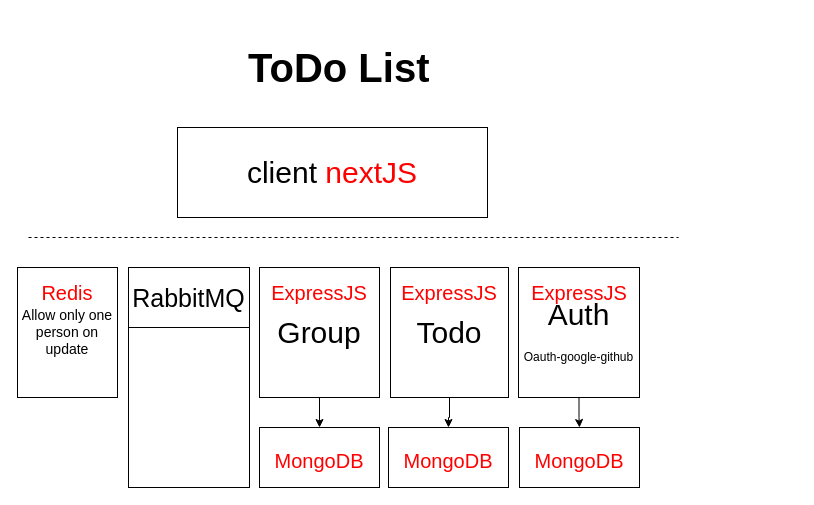
This is page "Page-1" (1 of 2) of Untitled Diagram.drawio from fan0223/TaskTracker, a draw.io file, before an edit. Source tidied: cells renumbered, new cells numbered last; positions are measured from the earlier drawing's top-left corner, leaving out a move shared by most shapes. Both pictures are drawn from the tidied source at 100%, with x=0, y=0 at pixel (17, 27).
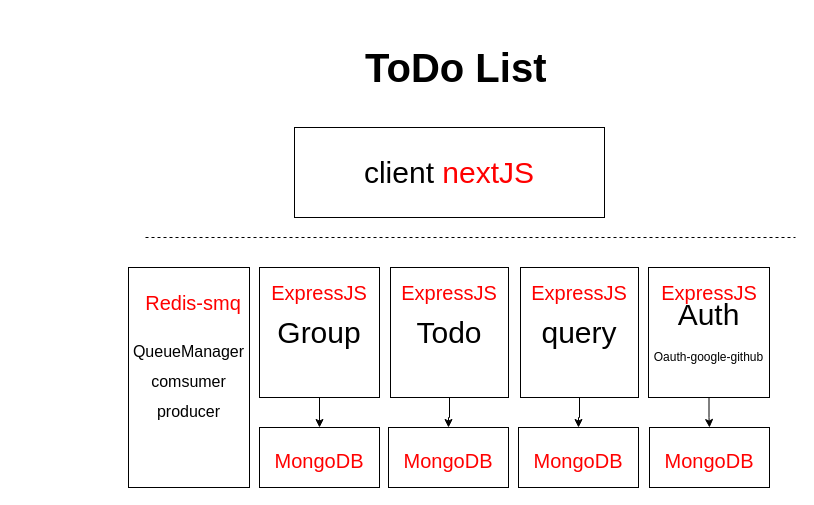
Above is the later version.

The edit, as a diff of the source:
```diff
@@
     <mxCell id="2" value="&lt;span style=&quot;font-size: 30px;&quot;&gt;client &lt;font color=&quot;#ff0000&quot;&gt;nextJS&lt;/font&gt;&lt;br&gt;&lt;/span&gt;" style="rounded=0;whiteSpace=wrap;html=1;" parent="1" vertex="1">
-      <mxGeometry x="160" y="100" width="310" height="90" as="geometry" />
+      <mxGeometry x="277" y="100" width="310" height="90" as="geometry" />
     </mxCell>
@@
-    <mxCell id="6" style="rounded=0;whiteSpace=wrap;html=1;fontSize=25;" parent="1" vertex="1">
+    <mxCell id="6" value="&lt;font size=&quot;3&quot;&gt;QueueManager&lt;br&gt;comsumer&lt;br&gt;producer&lt;br&gt;&lt;/font&gt;" style="rounded=0;whiteSpace=wrap;html=1;fontSize=25;" parent="1" vertex="1">
       <mxGeometry x="111" y="240" width="121" height="220" as="geometry" />
     </mxCell>
-    <mxCell id="7" value="RabbitMQ" style="rounded=0;whiteSpace=wrap;html=1;fontSize=25;" parent="1" vertex="1">
-      <mxGeometry x="111" y="240" width="121" height="60" as="geometry" />
-    </mxCell>
@@
     <mxCell id="9" value="Auth&lt;br style=&quot;font-size: 14px&quot;&gt;&lt;font style=&quot;font-size: 12px&quot;&gt;Oauth-google-github&lt;/font&gt;" style="rounded=0;whiteSpace=wrap;html=1;fontSize=30;" parent="1" vertex="1">
-      <mxGeometry x="501" y="240" width="121" height="130" as="geometry" />
+      <mxGeometry x="631" y="240" width="121" height="130" as="geometry" />
     </mxCell>
     <mxCell id="10" value="&lt;span style=&quot;color: rgb(255, 0, 0); font-size: 20px;&quot;&gt;MongoDB&lt;/span&gt;" style="rounded=0;whiteSpace=wrap;html=1;fontSize=30;" parent="1" vertex="1">
-      <mxGeometry x="502" y="400" width="120" height="60" as="geometry" />
+      <mxGeometry x="632" y="400" width="120" height="60" as="geometry" />
     </mxCell>
     <mxCell id="11" style="endArrow=none;dashed=1;html=1;rounded=0;fontSize=20;fontColor=#FF0000;" parent="1" edge="1">
       <mxGeometry relative="1" as="geometry">
-        <mxPoint x="11" y="210" as="sourcePoint" />
-        <mxPoint x="661" y="210" as="targetPoint" />
+        <mxPoint x="128" y="210" as="sourcePoint" />
+        <mxPoint x="778" y="210" as="targetPoint" />
       </mxGeometry>
     </mxCell>
     <mxCell id="12" value="&lt;h1&gt;&lt;font color=&quot;#000000&quot;&gt;ToDo List&lt;/font&gt;&lt;/h1&gt;" style="text;html=1;strokeColor=none;fillColor=none;spacing=5;spacingTop=-20;whiteSpace=wrap;overflow=hidden;rounded=0;fontSize=20;fontColor=#FF0000;" parent="1" vertex="1">
-      <mxGeometry x="226" width="190" height="80" as="geometry" />
+      <mxGeometry x="343" width="190" height="80" as="geometry" />
     </mxCell>
@@
     <mxCell id="14" value="ExpressJS" style="text;html=1;strokeColor=none;fillColor=none;align=center;verticalAlign=middle;whiteSpace=wrap;rounded=0;fontSize=20;fontColor=#FF0000;" parent="1" vertex="1">
-      <mxGeometry x="512" y="250" width="100" height="30" as="geometry" />
+      <mxGeometry x="642" y="250" width="100" height="30" as="geometry" />
     </mxCell>
@@
-    <mxCell id="19" value="&lt;font style=&quot;font-size: 14px&quot;&gt;Allow only one person on update&lt;/font&gt;" style="rounded=0;whiteSpace=wrap;html=1;" parent="1" vertex="1">
-      <mxGeometry y="240" width="100" height="130" as="geometry" />
-    </mxCell>
-    <mxCell id="20" value="Redis" style="text;html=1;strokeColor=none;fillColor=none;align=center;verticalAlign=middle;whiteSpace=wrap;rounded=0;fontSize=20;fontColor=#FF0000;" parent="1" vertex="1">
-      <mxGeometry y="250" width="100" height="30" as="geometry" />
+    <mxCell id="20" value="Redis-smq" style="text;html=1;strokeColor=none;fillColor=none;align=center;verticalAlign=middle;whiteSpace=wrap;rounded=0;fontSize=20;fontColor=#FF0000;" parent="1" vertex="1">
+      <mxGeometry x="126" y="260" width="100" height="30" as="geometry" />
     </mxCell>
+    <mxCell id="21" style="edgeStyle=orthogonalEdgeStyle;rounded=0;jettySize=auto;html=1;entryX=0.5;entryY=0;entryDx=0;entryDy=0;" parent="1" edge="1" source="22" target="23">
+      <mxGeometry relative="1" as="geometry" />
+    </mxCell>
+    <mxCell id="22" value="query" style="rounded=0;whiteSpace=wrap;html=1;fontSize=30;" parent="1" vertex="1">
+      <mxGeometry x="503" y="240" width="118" height="130" as="geometry" />
+    </mxCell>
+    <mxCell id="23" value="&lt;font color=&quot;#ff0000&quot; style=&quot;font-size: 20px;&quot;&gt;MongoDB&lt;/font&gt;" style="rounded=0;whiteSpace=wrap;html=1;fontSize=30;" parent="1" vertex="1">
+      <mxGeometry x="501" y="400" width="120" height="60" as="geometry" />
+    </mxCell>
+    <mxCell id="24" value="ExpressJS" style="text;html=1;strokeColor=none;fillColor=none;align=center;verticalAlign=middle;whiteSpace=wrap;rounded=0;fontSize=20;fontColor=#FF0000;" parent="1" vertex="1">
+      <mxGeometry x="513" y="250" width="98" height="30" as="geometry" />
+    </mxCell>
```
